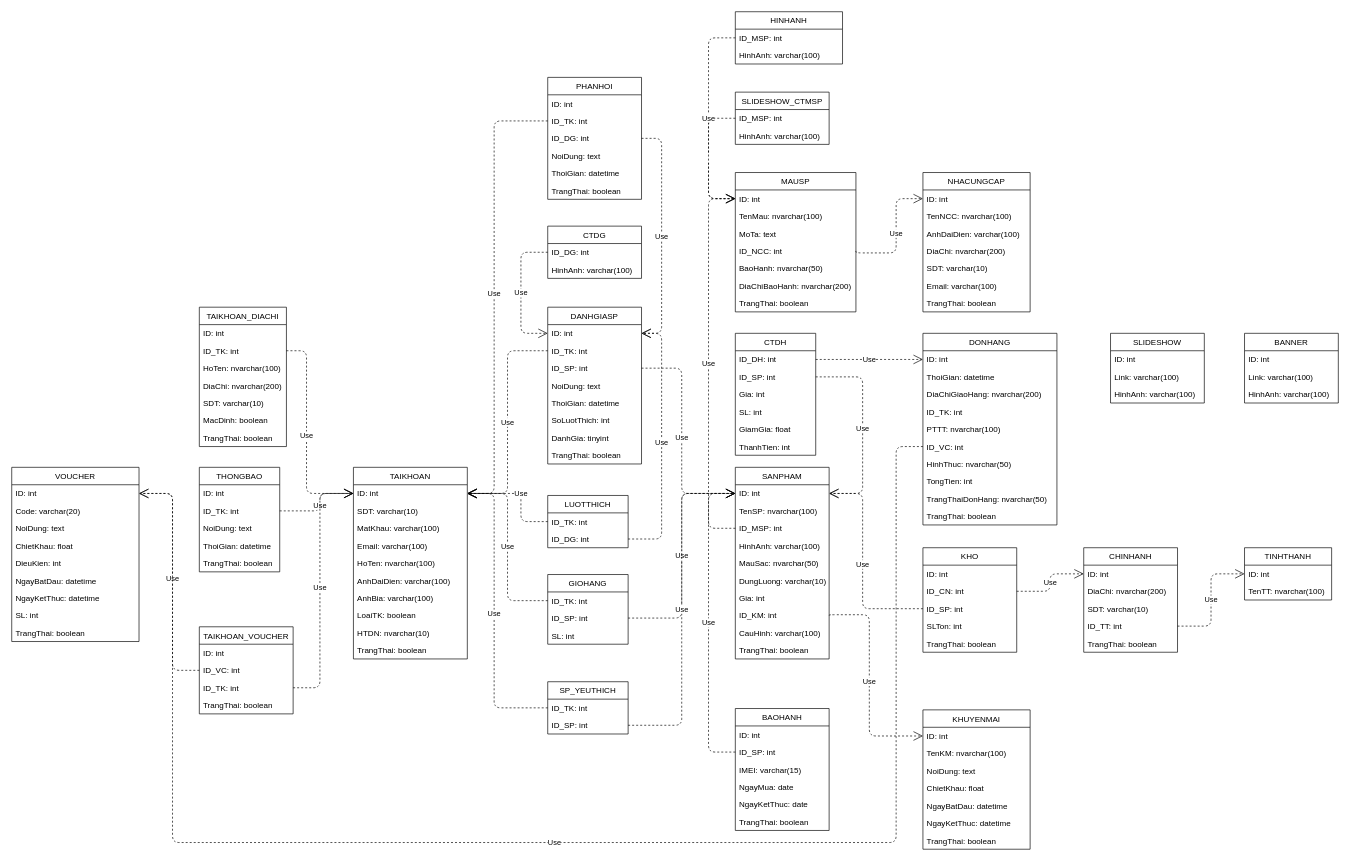
Earlier version of the draw.io diagram Mô hình/ClassDiagram_CSDL.drawio (LammVuu/DATT). Source tidied: cells renumbered, new cells numbered last; positions are measured from the earlier drawing's top-left corner, leaving out a move shared by most shapes. Both pictures are drawn from the tidied source at 67%, with x=0, y=0 at pixel (11, 11).
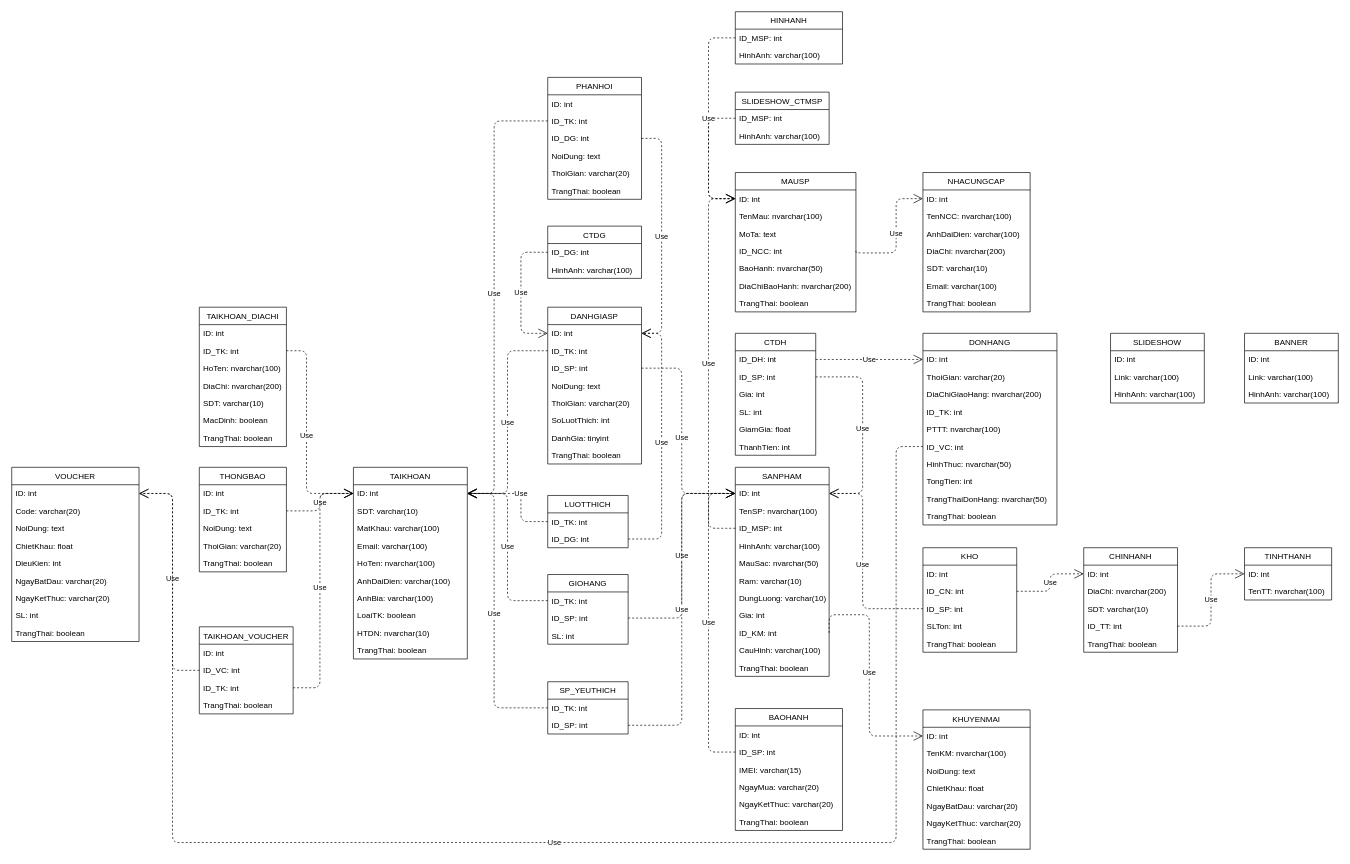
The same page after the edit.

The change refers to these unchanged cells:
```xml
<mxCell id="29" value="KHUYENMAI" style="swimlane;fontStyle=0;horizontal=1;startSize=26;fillColor=none;" parent="1" vertex="1">
  <mxGeometry x="1360" y="1042" width="160" height="208" as="geometry" />
</mxCell>
<mxCell id="37" value="DONHANG" style="swimlane;fontStyle=0;horizontal=1;startSize=26;fillColor=none;" parent="1" vertex="1">
  <mxGeometry x="1360" y="480" width="200" height="286" as="geometry" />
</mxCell>
<mxCell id="66" value="DANHGIASP" style="swimlane;fontStyle=0;horizontal=1;startSize=26;fillColor=none;" parent="1" vertex="1">
  <mxGeometry x="800" y="441" width="140" height="234" as="geometry" />
</mxCell>
<mxCell id="115" value="PHANHOI" style="swimlane;fontStyle=0;horizontal=1;startSize=26;fillColor=none;" parent="1" vertex="1">
  <mxGeometry x="800" y="98" width="140" height="182" as="geometry" />
</mxCell>
<mxCell id="122" value="VOUCHER" style="swimlane;fontStyle=0;horizontal=1;startSize=26;fillColor=none;" parent="1" vertex="1">
  <mxGeometry y="680" width="190" height="260" as="geometry" />
</mxCell>
```

What changed in the source:
```diff
@@
     <mxCell id="18" value="SANPHAM" style="swimlane;fontStyle=0;horizontal=1;startSize=26;fillColor=none;" parent="1" vertex="1">
-      <mxGeometry x="1080" y="680" width="140" height="286" as="geometry" />
+      <mxGeometry x="1080" y="680" width="140" height="312" as="geometry" />
     </mxCell>
@@
+    <mxCell id="187" value="Ram: varchar(10)" style="text;strokeColor=none;fillColor=none;align=left;verticalAlign=top;spacingLeft=4;spacingRight=4;overflow=hidden;" parent="18" vertex="1">
+      <mxGeometry y="156" width="140" height="26" as="geometry" />
+    </mxCell>
     <mxCell id="24" value="DungLuong: varchar(10)" style="text;strokeColor=none;fillColor=none;align=left;verticalAlign=top;spacingLeft=4;spacingRight=4;overflow=hidden;" parent="18" vertex="1">
-      <mxGeometry y="156" width="140" height="26" as="geometry" />
+      <mxGeometry y="182" width="140" height="26" as="geometry" />
     </mxCell>
     <mxCell id="25" value="Gia: int" style="text;strokeColor=none;fillColor=none;align=left;verticalAlign=top;spacingLeft=4;spacingRight=4;overflow=hidden;" parent="18" vertex="1">
-      <mxGeometry y="182" width="140" height="26" as="geometry" />
+      <mxGeometry y="208" width="140" height="26" as="geometry" />
     </mxCell>
     <mxCell id="26" value="ID_KM: int" style="text;strokeColor=none;fillColor=none;align=left;verticalAlign=top;spacingLeft=4;spacingRight=4;overflow=hidden;points=[[0,0.5],[1,0.5]];portConstraint=eastwest;" parent="18" vertex="1">
-      <mxGeometry y="208" width="140" height="26" as="geometry" />
+      <mxGeometry y="234" width="140" height="26" as="geometry" />
     </mxCell>
     <mxCell id="27" value="CauHinh: varchar(100)" style="text;strokeColor=none;fillColor=none;align=left;verticalAlign=top;spacingLeft=4;spacingRight=4;overflow=hidden;" parent="18" vertex="1">
-      <mxGeometry y="234" width="140" height="26" as="geometry" />
+      <mxGeometry y="260" width="140" height="26" as="geometry" />
     </mxCell>
     <mxCell id="28" value="TrangThai: boolean" style="text;strokeColor=none;fillColor=none;align=left;verticalAlign=top;spacingLeft=4;spacingRight=4;overflow=hidden;" parent="18" vertex="1">
-      <mxGeometry y="260" width="140" height="26" as="geometry" />
+      <mxGeometry y="286" width="140" height="26" as="geometry" />
     </mxCell>
@@
-    <mxCell id="34" value="NgayBatDau: datetime" style="text;strokeColor=none;fillColor=none;align=left;verticalAlign=top;spacingLeft=4;spacingRight=4;overflow=hidden;" parent="29" vertex="1">
+    <mxCell id="34" value="NgayBatDau: varchar(20)" style="text;strokeColor=none;fillColor=none;align=left;verticalAlign=top;spacingLeft=4;spacingRight=4;overflow=hidden;" parent="29" vertex="1">
       <mxGeometry y="130" width="160" height="26" as="geometry" />
     </mxCell>
-    <mxCell id="35" value="NgayKetThuc: datetime" style="text;strokeColor=none;fillColor=none;align=left;verticalAlign=top;spacingLeft=4;spacingRight=4;overflow=hidden;" parent="29" vertex="1">
+    <mxCell id="35" value="NgayKetThuc: varchar(20)" style="text;strokeColor=none;fillColor=none;align=left;verticalAlign=top;spacingLeft=4;spacingRight=4;overflow=hidden;" parent="29" vertex="1">
       <mxGeometry y="156" width="160" height="26" as="geometry" />
     </mxCell>
@@
-    <mxCell id="39" value="ThoiGian: datetime" style="text;strokeColor=none;fillColor=none;align=left;verticalAlign=top;spacingLeft=4;spacingRight=4;overflow=hidden;" parent="37" vertex="1">
+    <mxCell id="39" value="ThoiGian: varchar(20)" style="text;strokeColor=none;fillColor=none;align=left;verticalAlign=top;spacingLeft=4;spacingRight=4;overflow=hidden;" parent="37" vertex="1">
       <mxGeometry y="52" width="200" height="26" as="geometry" />
     </mxCell>
@@
-    <mxCell id="71" value="ThoiGian: datetime" style="text;strokeColor=none;fillColor=none;align=left;verticalAlign=top;spacingLeft=4;spacingRight=4;overflow=hidden;" parent="66" vertex="1">
+    <mxCell id="71" value="ThoiGian: varchar(20)" style="text;strokeColor=none;fillColor=none;align=left;verticalAlign=top;spacingLeft=4;spacingRight=4;overflow=hidden;" parent="66" vertex="1">
       <mxGeometry y="130" width="140" height="26" as="geometry" />
     </mxCell>
@@
     <mxCell id="84" value="BAOHANH" style="swimlane;fontStyle=0;horizontal=1;startSize=26;fillColor=none;" parent="1" vertex="1">
-      <mxGeometry x="1080" y="1040" width="140" height="182" as="geometry" />
+      <mxGeometry x="1080" y="1040" width="160" height="182" as="geometry" />
     </mxCell>
     <mxCell id="85" value="ID: int" style="text;strokeColor=none;fillColor=none;align=left;verticalAlign=top;spacingLeft=4;spacingRight=4;overflow=hidden;" parent="84" vertex="1">
-      <mxGeometry y="26" width="140" height="26" as="geometry" />
+      <mxGeometry y="26" width="160" height="26" as="geometry" />
     </mxCell>
     <mxCell id="86" value="ID_SP: int" style="text;strokeColor=none;fillColor=none;align=left;verticalAlign=top;spacingLeft=4;spacingRight=4;overflow=hidden;points=[[0,0.5],[1,0.5]];portConstraint=eastwest;" parent="84" vertex="1">
-      <mxGeometry y="52" width="140" height="26" as="geometry" />
+      <mxGeometry y="52" width="160" height="26" as="geometry" />
     </mxCell>
     <mxCell id="87" value="IMEI: varchar(15)" style="text;strokeColor=none;fillColor=none;align=left;verticalAlign=top;spacingLeft=4;spacingRight=4;overflow=hidden;" parent="84" vertex="1">
-      <mxGeometry y="78" width="140" height="26" as="geometry" />
+      <mxGeometry y="78" width="160" height="26" as="geometry" />
     </mxCell>
-    <mxCell id="88" value="NgayMua: date" style="text;strokeColor=none;fillColor=none;align=left;verticalAlign=top;spacingLeft=4;spacingRight=4;overflow=hidden;" parent="84" vertex="1">
-      <mxGeometry y="104" width="140" height="26" as="geometry" />
+    <mxCell id="88" value="NgayMua: varchar(20)" style="text;strokeColor=none;fillColor=none;align=left;verticalAlign=top;spacingLeft=4;spacingRight=4;overflow=hidden;" parent="84" vertex="1">
+      <mxGeometry y="104" width="160" height="26" as="geometry" />
     </mxCell>
-    <mxCell id="89" value="NgayKetThuc: date" style="text;strokeColor=none;fillColor=none;align=left;verticalAlign=top;spacingLeft=4;spacingRight=4;overflow=hidden;" parent="84" vertex="1">
-      <mxGeometry y="130" width="140" height="26" as="geometry" />
+    <mxCell id="89" value="NgayKetThuc: varchar(20)" style="text;strokeColor=none;fillColor=none;align=left;verticalAlign=top;spacingLeft=4;spacingRight=4;overflow=hidden;" parent="84" vertex="1">
+      <mxGeometry y="130" width="160" height="26" as="geometry" />
     </mxCell>
     <mxCell id="90" value="TrangThai: boolean" style="text;strokeColor=none;fillColor=none;align=left;verticalAlign=top;spacingLeft=4;spacingRight=4;overflow=hidden;" parent="84" vertex="1">
-      <mxGeometry y="156" width="140" height="26" as="geometry" />
+      <mxGeometry y="156" width="160" height="26" as="geometry" />
     </mxCell>
@@
-    <mxCell id="120" value="ThoiGian: datetime" style="text;strokeColor=none;fillColor=none;align=left;verticalAlign=top;spacingLeft=4;spacingRight=4;overflow=hidden;" parent="115" vertex="1">
+    <mxCell id="120" value="ThoiGian: varchar(20)" style="text;strokeColor=none;fillColor=none;align=left;verticalAlign=top;spacingLeft=4;spacingRight=4;overflow=hidden;" parent="115" vertex="1">
       <mxGeometry y="130" width="140" height="26" as="geometry" />
     </mxCell>
@@
-    <mxCell id="128" value="NgayBatDau: datetime" style="text;strokeColor=none;fillColor=none;align=left;verticalAlign=top;spacingLeft=4;spacingRight=4;overflow=hidden;" parent="122" vertex="1">
+    <mxCell id="128" value="NgayBatDau: varchar(20)" style="text;strokeColor=none;fillColor=none;align=left;verticalAlign=top;spacingLeft=4;spacingRight=4;overflow=hidden;" parent="122" vertex="1">
       <mxGeometry y="156" width="190" height="26" as="geometry" />
     </mxCell>
-    <mxCell id="129" value="NgayKetThuc: datetime" style="text;strokeColor=none;fillColor=none;align=left;verticalAlign=top;spacingLeft=4;spacingRight=4;overflow=hidden;" parent="122" vertex="1">
+    <mxCell id="129" value="NgayKetThuc: varchar(20)" style="text;strokeColor=none;fillColor=none;align=left;verticalAlign=top;spacingLeft=4;spacingRight=4;overflow=hidden;" parent="122" vertex="1">
       <mxGeometry y="182" width="190" height="26" as="geometry" />
     </mxCell>
@@
     <mxCell id="137" value="THONGBAO" style="swimlane;fontStyle=0;horizontal=1;startSize=26;fillColor=none;" parent="1" vertex="1">
-      <mxGeometry x="280" y="680" width="120" height="156" as="geometry" />
+      <mxGeometry x="280" y="680" width="130" height="156" as="geometry" />
     </mxCell>
     <mxCell id="138" value="ID: int" style="text;strokeColor=none;fillColor=none;align=left;verticalAlign=top;spacingLeft=4;spacingRight=4;overflow=hidden;" parent="137" vertex="1">
-      <mxGeometry y="26" width="120" height="26" as="geometry" />
+      <mxGeometry y="26" width="130" height="26" as="geometry" />
     </mxCell>
     <mxCell id="139" value="ID_TK: int" style="text;strokeColor=none;fillColor=none;align=left;verticalAlign=top;spacingLeft=4;spacingRight=4;overflow=hidden;points=[[0,0.5],[1,0.5]];portConstraint=eastwest;" parent="137" vertex="1">
-      <mxGeometry y="52" width="120" height="26" as="geometry" />
+      <mxGeometry y="52" width="130" height="26" as="geometry" />
     </mxCell>
     <mxCell id="140" value="NoiDung: text" style="text;strokeColor=none;fillColor=none;align=left;verticalAlign=top;spacingLeft=4;spacingRight=4;overflow=hidden;" parent="137" vertex="1">
-      <mxGeometry y="78" width="120" height="26" as="geometry" />
+      <mxGeometry y="78" width="130" height="26" as="geometry" />
     </mxCell>
-    <mxCell id="141" value="ThoiGian: datetime" style="text;strokeColor=none;fillColor=none;align=left;verticalAlign=top;spacingLeft=4;spacingRight=4;overflow=hidden;" parent="137" vertex="1">
-      <mxGeometry y="104" width="120" height="26" as="geometry" />
+    <mxCell id="141" value="ThoiGian: varchar(20)" style="text;strokeColor=none;fillColor=none;align=left;verticalAlign=top;spacingLeft=4;spacingRight=4;overflow=hidden;" parent="137" vertex="1">
+      <mxGeometry y="104" width="130" height="26" as="geometry" />
     </mxCell>
     <mxCell id="142" value="TrangThai: boolean" style="text;strokeColor=none;fillColor=none;align=left;verticalAlign=top;spacingLeft=4;spacingRight=4;overflow=hidden;" parent="137" vertex="1">
-      <mxGeometry y="130" width="120" height="26" as="geometry" />
+      <mxGeometry y="130" width="130" height="26" as="geometry" />
     </mxCell>
```
